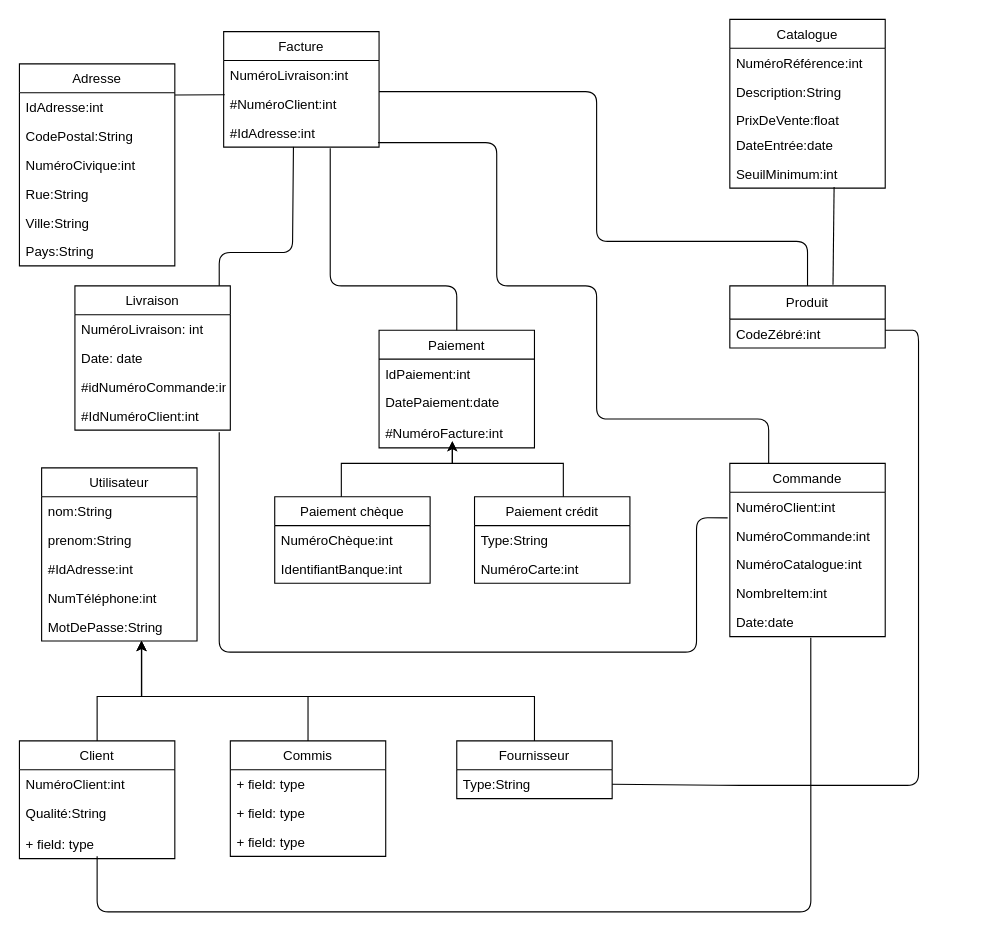
This is Untitled Diagram.drawio from anaisyaici/tpINF3080, a draw.io file, before an edit. Source tidied: cells renumbered, new cells numbered last; positions are measured from the earlier drawing's top-left corner, leaving out a move shared by most shapes. Both pictures are drawn from the tidied source at 111%, with x=0, y=0 at pixel (19, 19).
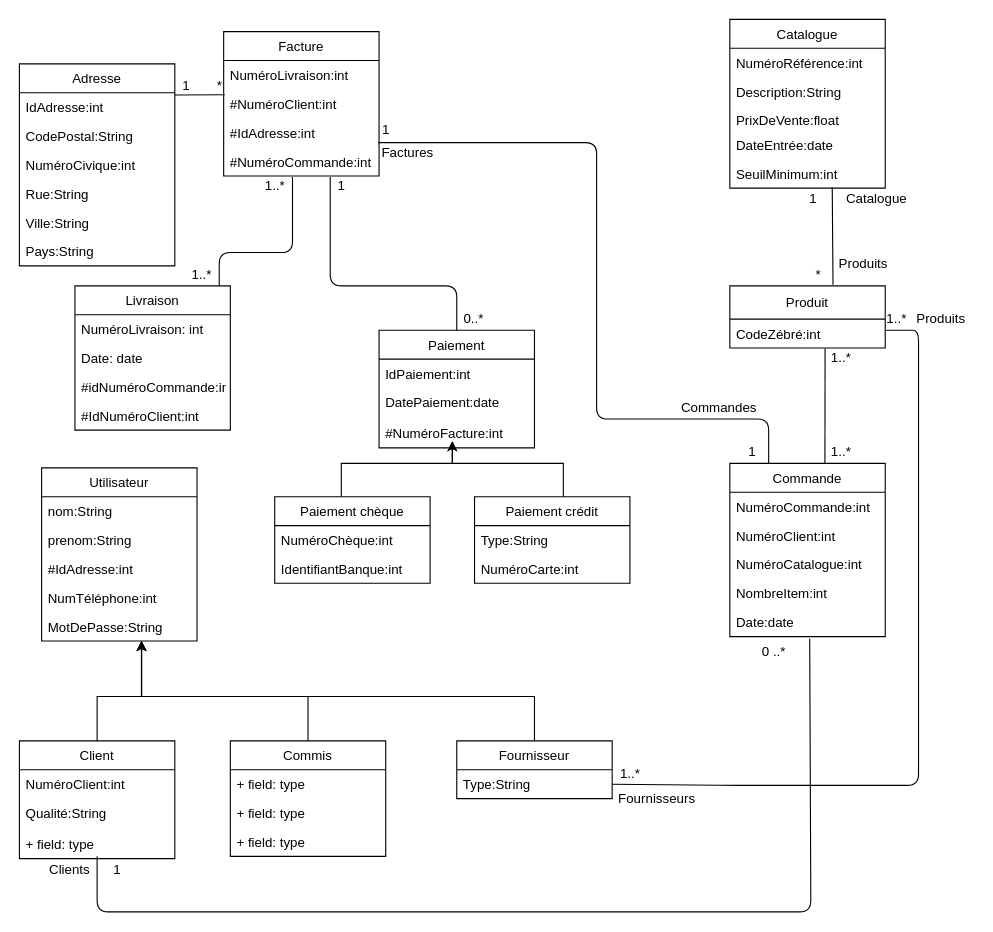
After the change.

The change refers to these unchanged cells:
```xml
<mxCell id="9" value="Commande" style="swimlane;fontStyle=0;horizontal=1;startSize=26;fillColor=none;" parent="1" vertex="1">
  <mxGeometry x="640" y="400" width="140" height="156" as="geometry" />
</mxCell>
<mxCell id="14" value="Date:date" style="text;strokeColor=none;fillColor=none;align=left;verticalAlign=top;spacingLeft=4;spacingRight=4;overflow=hidden;points=[[0,0.5],[1,0.5]];portConstraint=eastwest;" parent="9" vertex="1">
  <mxGeometry y="130" width="140" height="26" as="geometry" />
</mxCell>
<mxCell id="15" value="Paiement" style="swimlane;fontStyle=0;horizontal=1;startSize=26;fillColor=none;" parent="1" vertex="1">
  <mxGeometry x="324" y="280" width="140" height="106" as="geometry" />
</mxCell>
<mxCell id="27" value="Produit" style="swimlane;fontStyle=0;horizontal=1;startSize=30;fillColor=none;" parent="1" vertex="1">
  <mxGeometry x="640" y="240" width="140" height="56" as="geometry" />
</mxCell>
<mxCell id="28" value="CodeZébré:int" style="text;strokeColor=none;fillColor=none;align=left;verticalAlign=top;spacingLeft=4;spacingRight=4;overflow=hidden;points=[[0,0.5],[1,0.5]];portConstraint=eastwest;" parent="27" vertex="1">
  <mxGeometry y="30" width="140" height="26" as="geometry" />
</mxCell>
<mxCell id="48" value="SeuilMinimum:int" style="text;strokeColor=none;fillColor=none;align=left;verticalAlign=top;spacingLeft=4;spacingRight=4;overflow=hidden;points=[[0,0.5],[1,0.5]];portConstraint=eastwest;" parent="43" vertex="1">
  <mxGeometry y="126" width="140" height="26" as="geometry" />
</mxCell>
<mxCell id="58" value="#NuméroClient:int" style="text;strokeColor=none;fillColor=none;align=left;verticalAlign=top;spacingLeft=4;spacingRight=4;overflow=hidden;points=[[0,0.5],[1,0.5]];portConstraint=eastwest;" parent="56" vertex="1">
  <mxGeometry y="52" width="140" height="26" as="geometry" />
</mxCell>
<mxCell id="59" value="#IdAdresse:int" style="text;strokeColor=none;fillColor=none;align=left;verticalAlign=top;spacingLeft=4;spacingRight=4;overflow=hidden;points=[[0,0.5],[1,0.5]];portConstraint=eastwest;" parent="56" vertex="1">
  <mxGeometry y="78" width="140" height="26" as="geometry" />
</mxCell>
```

What changed in the source:
```diff
@@
+    <mxCell id="11" value="NuméroCommande:int" style="text;strokeColor=none;fillColor=none;align=left;verticalAlign=top;spacingLeft=4;spacingRight=4;overflow=hidden;" parent="9" vertex="1">
+      <mxGeometry y="26" width="140" height="26" as="geometry" />
+    </mxCell>
     <mxCell id="10" value="NuméroClient:int" style="text;strokeColor=none;fillColor=none;align=left;verticalAlign=top;spacingLeft=4;spacingRight=4;overflow=hidden;points=[[0,0.5],[1,0.5]];portConstraint=eastwest;" parent="9" vertex="1">
-      <mxGeometry y="26" width="140" height="26" as="geometry" />
+      <mxGeometry y="52" width="140" height="26" as="geometry" />
     </mxCell>
-    <mxCell id="11" value="NuméroCommande:int" style="text;strokeColor=none;fillColor=none;align=left;verticalAlign=top;spacingLeft=4;spacingRight=4;overflow=hidden;" parent="9" vertex="1">
-      <mxGeometry y="52" width="140" height="26" as="geometry" />
-    </mxCell>
@@
-    <mxCell id="36" style="endArrow=none;html=1;exitX=0.521;exitY=1.038;exitDx=0;exitDy=0;exitPerimeter=0;" parent="1" edge="1" source="14">
+    <mxCell id="36" style="endArrow=none;html=1;exitX=0.514;exitY=1.077;exitDx=0;exitDy=0;exitPerimeter=0;" parent="1" edge="1" source="14">
       <mxGeometry relative="1" as="geometry">
         <mxPoint x="70" y="754" as="targetPoint" />
         <Array as="points">
           <mxPoint x="713" y="804" />
           <mxPoint x="390" y="804" />
           <mxPoint x="70" y="804" />
         </Array>
       </mxGeometry>
     </mxCell>
     <mxCell id="37" style="endArrow=none;html=1;entryX=0.5;entryY=0;entryDx=0;entryDy=0;" parent="1" edge="1" target="15">
       <mxGeometry relative="1" as="geometry">
-        <mxPoint x="280" y="116" as="sourcePoint" />
+        <mxPoint x="280" y="142" as="sourcePoint" />
         <Array as="points">
           <mxPoint x="280" y="160" />
           <mxPoint x="280" y="240" />
           <mxPoint x="394" y="240" />
         </Array>
       </mxGeometry>
     </mxCell>
-    <mxCell id="38" style="endArrow=none;html=1;entryX=0.5;entryY=0;entryDx=0;entryDy=0;exitX=1;exitY=0.077;exitDx=0;exitDy=0;exitPerimeter=0;" parent="1" edge="1" source="58" target="27">
-      <mxGeometry relative="1" as="geometry">
-        <Array as="points">
-          <mxPoint x="520" y="65" />
-          <mxPoint x="520" y="110" />
-          <mxPoint x="520" y="200" />
-          <mxPoint x="710" y="200" />
-        </Array>
-      </mxGeometry>
-    </mxCell>
-    <mxCell id="39" style="endArrow=none;html=1;entryX=-0.014;entryY=0.885;entryDx=0;entryDy=0;entryPerimeter=0;" parent="1" edge="1" target="10">
-      <mxGeometry relative="1" as="geometry">
-        <mxPoint x="180" y="372" as="sourcePoint" />
-        <Array as="points">
-          <mxPoint x="180" y="570" />
-          <mxPoint x="610" y="570" />
-          <mxPoint x="610" y="449" />
-        </Array>
-      </mxGeometry>
-    </mxCell>
-    <mxCell id="40" style="endArrow=none;html=1;entryX=0.449;entryY=0.993;entryDx=0;entryDy=0;entryPerimeter=0;" parent="1" edge="1" target="59">
+    <mxCell id="40" style="endArrow=none;html=1;" parent="1" edge="1">
       <mxGeometry relative="1" as="geometry">
         <mxPoint x="180" y="240" as="sourcePoint" />
+        <mxPoint x="246" y="142" as="targetPoint" />
         <Array as="points">
           <mxPoint x="180" y="210" />
           <mxPoint x="246" y="210" />
         </Array>
       </mxGeometry>
     </mxCell>
@@
     <mxCell id="42" style="endArrow=none;html=1;entryX=0.25;entryY=0;entryDx=0;entryDy=0;exitX=0.993;exitY=0.846;exitDx=0;exitDy=0;exitPerimeter=0;" parent="1" edge="1" target="9">
       <mxGeometry relative="1" as="geometry">
         <mxPoint x="323" y="111" as="sourcePoint" />
         <Array as="points">
           <mxPoint x="430" y="111" />
-          <mxPoint x="430" y="156" />
-          <mxPoint x="430" y="240" />
+          <mxPoint x="420" y="111" />
+          <mxPoint x="520" y="111" />
           <mxPoint x="520" y="240" />
           <mxPoint x="520" y="360" />
           <mxPoint x="675" y="360" />
         </Array>
       </mxGeometry>
     </mxCell>
@@
-    <mxCell id="55" style="endArrow=none;html=1;entryX=0.671;entryY=0.962;entryDx=0;entryDy=0;entryPerimeter=0;exitX=0.664;exitY=-0.019;exitDx=0;exitDy=0;exitPerimeter=0;" parent="1" edge="1" source="27" target="48">
+    <mxCell id="55" style="endArrow=none;html=1;exitX=0.664;exitY=-0.019;exitDx=0;exitDy=0;exitPerimeter=0;entryX=0.659;entryY=0.969;entryDx=0;entryDy=0;entryPerimeter=0;" parent="1" edge="1" source="27" target="48">
       <mxGeometry relative="1" as="geometry" />
     </mxCell>
     <mxCell id="56" value="Facture" style="swimlane;fontStyle=0;horizontal=1;startSize=26;fillColor=none;" parent="1" vertex="1">
-      <mxGeometry x="184" y="11" width="140" height="104" as="geometry" />
+      <mxGeometry x="184" y="11" width="140" height="130" as="geometry" />
     </mxCell>
@@
+    <mxCell id="73" value="#NuméroCommande:int" style="text;strokeColor=none;fillColor=none;align=left;verticalAlign=top;spacingLeft=4;spacingRight=4;overflow=hidden;" parent="56" vertex="1">
+      <mxGeometry y="104" width="140" height="26" as="geometry" />
+    </mxCell>
@@
+    <mxCell id="74" style="endArrow=none;html=1;entryX=0.613;entryY=1.018;entryDx=0;entryDy=0;entryPerimeter=0;exitX=0.612;exitY=0.001;exitDx=0;exitDy=0;exitPerimeter=0;" parent="1" edge="1" source="9" target="28">
+      <mxGeometry relative="1" as="geometry" />
+    </mxCell>
+    <mxCell id="75" value="1&amp;nbsp;" style="text;html=1;strokeColor=none;fillColor=none;align=center;verticalAlign=middle;whiteSpace=wrap;rounded=0;" parent="1" vertex="1">
+      <mxGeometry x="70" y="756" width="40" height="20" as="geometry" />
+    </mxCell>
+    <mxCell id="76" value="0 ..*" style="text;html=1;strokeColor=none;fillColor=none;align=center;verticalAlign=middle;whiteSpace=wrap;rounded=0;" parent="1" vertex="1">
+      <mxGeometry x="660" y="560" width="40" height="20" as="geometry" />
+    </mxCell>
+    <mxCell id="77" value="*" style="text;html=1;strokeColor=none;fillColor=none;align=center;verticalAlign=middle;whiteSpace=wrap;rounded=0;" parent="1" vertex="1">
+      <mxGeometry x="700" y="220" width="40" height="20" as="geometry" />
+    </mxCell>
+    <mxCell id="78" value="1" style="text;html=1;align=center;verticalAlign=middle;" parent="1" vertex="1">
+      <mxGeometry x="705" y="152" width="20" height="20" as="geometry" />
+    </mxCell>
+    <mxCell id="79" value="1..*" style="text;html=1;align=center;verticalAlign=middle;" parent="1" vertex="1">
+      <mxGeometry x="725" y="380" width="30" height="20" as="geometry" />
+    </mxCell>
+    <mxCell id="80" value="1..*" style="text;html=1;align=center;verticalAlign=middle;" parent="1" vertex="1">
+      <mxGeometry x="725" y="295" width="30" height="20" as="geometry" />
+    </mxCell>
+    <mxCell id="81" value="*" style="text;html=1;align=center;verticalAlign=middle;" parent="1" vertex="1">
+      <mxGeometry x="170" y="50" width="20" height="20" as="geometry" />
+    </mxCell>
+    <mxCell id="82" value="1" style="text;html=1;align=center;verticalAlign=middle;" parent="1" vertex="1">
+      <mxGeometry x="140" y="50" width="20" height="20" as="geometry" />
+    </mxCell>
+    <mxCell id="83" value="1" style="text;html=1;align=center;verticalAlign=middle;" parent="1" vertex="1">
+      <mxGeometry x="280" y="140" width="20" height="20" as="geometry" />
+    </mxCell>
+    <mxCell id="84" value="0..*" style="text;html=1;align=center;verticalAlign=middle;" parent="1" vertex="1">
+      <mxGeometry x="394" y="260" width="30" height="20" as="geometry" />
+    </mxCell>
+    <mxCell id="85" value="1" style="text;html=1;align=center;verticalAlign=middle;" parent="1" vertex="1">
+      <mxGeometry x="320" y="90" width="20" height="20" as="geometry" />
+    </mxCell>
+    <mxCell id="86" value="1" style="text;html=1;align=center;verticalAlign=middle;" parent="1" vertex="1">
+      <mxGeometry x="650" y="380" width="20" height="20" as="geometry" />
+    </mxCell>
+    <mxCell id="87" value="1..*" style="text;html=1;align=center;verticalAlign=middle;" parent="1" vertex="1">
+      <mxGeometry x="215" y="140" width="30" height="20" as="geometry" />
+    </mxCell>
+    <mxCell id="88" value="1..*" style="text;html=1;align=center;verticalAlign=middle;" parent="1" vertex="1">
+      <mxGeometry x="149" y="220" width="30" height="20" as="geometry" />
+    </mxCell>
+    <mxCell id="89" value="1..*" style="text;html=1;align=center;verticalAlign=middle;" parent="1" vertex="1">
+      <mxGeometry x="535" y="670" width="30" height="20" as="geometry" />
+    </mxCell>
+    <mxCell id="90" value="1..*" style="text;html=1;align=center;verticalAlign=middle;" parent="1" vertex="1">
+      <mxGeometry x="775" y="260" width="30" height="20" as="geometry" />
+    </mxCell>
+    <mxCell id="91" value="Factures" style="text;html=1;strokeColor=none;fillColor=none;align=center;verticalAlign=middle;whiteSpace=wrap;rounded=0;" parent="1" vertex="1">
+      <mxGeometry x="330" y="110" width="40" height="20" as="geometry" />
+    </mxCell>
+    <mxCell id="92" value="Commandes" style="text;html=1;align=center;verticalAlign=middle;" parent="1" vertex="1">
+      <mxGeometry x="590" y="340" width="80" height="20" as="geometry" />
+    </mxCell>
+    <mxCell id="93" value="Produits" style="text;html=1;align=center;verticalAlign=middle;" parent="1" vertex="1">
+      <mxGeometry x="800" y="260" width="60" height="20" as="geometry" />
+    </mxCell>
+    <mxCell id="94" value="Fournisseurs" style="text;html=1;align=center;verticalAlign=middle;" parent="1" vertex="1">
+      <mxGeometry x="534" y="692" width="80" height="20" as="geometry" />
+    </mxCell>
+    <mxCell id="95" value="Clients" style="text;html=1;align=center;verticalAlign=middle;" parent="1" vertex="1">
+      <mxGeometry x="20" y="756" width="50" height="20" as="geometry" />
+    </mxCell>
+    <mxCell id="96" value="Catalogue" style="text;html=1;align=center;verticalAlign=middle;" parent="1" vertex="1">
+      <mxGeometry x="737" y="152" width="70" height="20" as="geometry" />
+    </mxCell>
+    <mxCell id="97" value="Produits" style="text;html=1;align=center;verticalAlign=middle;" parent="1" vertex="1">
+      <mxGeometry x="730" y="210" width="60" height="20" as="geometry" />
+    </mxCell>
```
